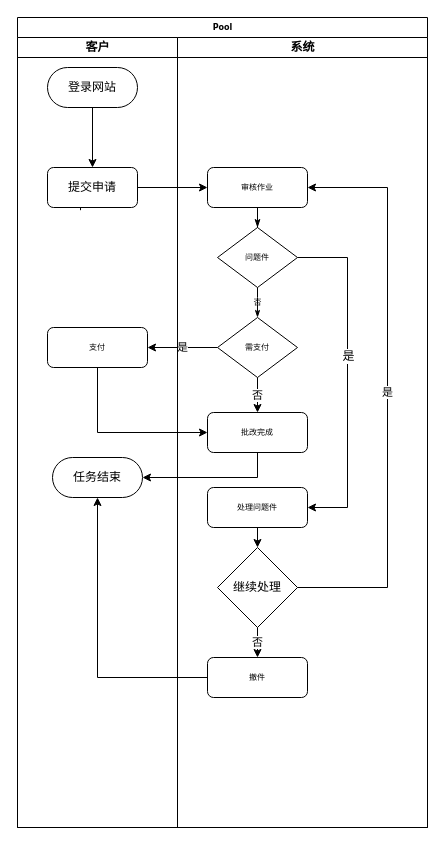
This is Untitled Diagram.drawio from openks/blog, a draw.io file, before an edit. Source tidied: cells renumbered, new cells numbered last; positions are measured from the earlier drawing's top-left corner, leaving out a move shared by most shapes. Both pictures are drawn from the tidied source at 100%, with x=0, y=0 at pixel (17, 17).
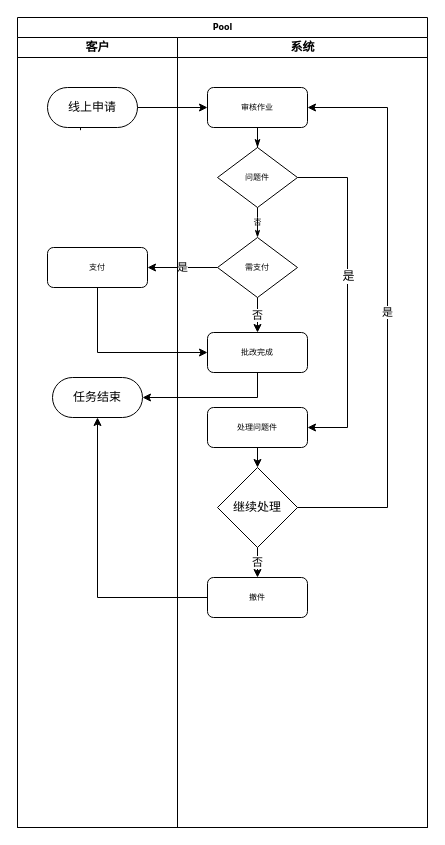
After the change.

Unchanged cells that the change refers to:
```xml
<mxCell id="2" value="Pool" style="swimlane;html=1;startSize=20;rounded=0;shadow=0;labelBackgroundColor=none;strokeWidth=1;fontFamily=Verdana;fontSize=8;align=center;" parent="1" vertex="1">
  <mxGeometry width="410" height="810" as="geometry" />
</mxCell>
<mxCell id="19" value="系统" style="swimlane;html=1;startSize=20;" parent="2" vertex="1">
  <mxGeometry x="160" y="20" width="250" height="790" as="geometry" />
</mxCell>
```

Diff of the diagram source:
```diff
@@
+    <mxCell id="12" value="客户" style="swimlane;html=1;startSize=20;" parent="2" vertex="1">
+      <mxGeometry y="20" width="160" height="790" as="geometry" />
+    </mxCell>
+    <mxCell id="14" style="endArrow=classic;html=1;exitX=0.367;exitY=1.067;exitDx=0;exitDy=0;exitPerimeter=0;" parent="12" edge="1" source="15">
+      <mxGeometry relative="1" as="geometry">
+        <mxPoint x="63" y="60" as="targetPoint" />
+      </mxGeometry>
+    </mxCell>
+    <mxCell id="15" value="线上申请" style="rounded=1;whiteSpace=wrap;html=1;direction=east;perimeter=rectanglePerimeter;arcSize=50;" parent="12" vertex="1">
+      <mxGeometry x="30" y="50" width="90" height="40" as="geometry" />
+    </mxCell>
+    <mxCell id="17" value="支付" style="rounded=1;whiteSpace=wrap;html=1;shadow=0;labelBackgroundColor=none;strokeWidth=1;fontFamily=Verdana;fontSize=8;align=center;" parent="12" vertex="1">
+      <mxGeometry x="30" y="210" width="100" height="40" as="geometry" />
+    </mxCell>
+    <mxCell id="18" value="任务结束&lt;br&gt;" style="rounded=1;whiteSpace=wrap;html=1;arcSize=50;fillOpacity=100;flipV=1;" parent="12" vertex="1">
+      <mxGeometry x="35" y="340" width="90" height="40" as="geometry" />
+    </mxCell>
@@
     <mxCell id="8" style="endArrow=classic;html=1;entryX=0;entryY=0.5;entryDx=0;entryDy=0;exitX=0.5;exitY=1;exitDx=0;exitDy=0;rounded=0;" parent="2" edge="1" source="17" target="28">
       <mxGeometry relative="1" as="geometry">
         <Array as="points">
-          <mxPoint x="80" y="415" />
+          <mxPoint x="80" y="335" />
         </Array>
       </mxGeometry>
     </mxCell>
     <mxCell id="9" style="endArrow=classic;html=1;rounded=0;" parent="2" edge="1" source="28" target="18">
       <mxGeometry relative="1" as="geometry">
         <Array as="points">
-          <mxPoint x="240" y="460" />
+          <mxPoint x="240" y="380" />
         </Array>
       </mxGeometry>
     </mxCell>
     <mxCell id="10" style="endArrow=classic;html=1;rounded=0;" parent="2" edge="1" source="33" target="18">
       <mxGeometry relative="1" as="geometry">
         <Array as="points">
-          <mxPoint x="80" y="660" />
+          <mxPoint x="80" y="580" />
         </Array>
       </mxGeometry>
     </mxCell>
@@
-    <mxCell id="12" value="客户" style="swimlane;html=1;startSize=20;" parent="2" vertex="1">
-      <mxGeometry y="20" width="160" height="790" as="geometry" />
-    </mxCell>
-    <mxCell id="13" value="登录网站" style="rounded=1;whiteSpace=wrap;html=1;arcSize=50;fillOpacity=100;flipV=1;" parent="12" vertex="1">
-      <mxGeometry x="30" y="30" width="90" height="40" as="geometry" />
-    </mxCell>
-    <mxCell id="14" style="endArrow=classic;html=1;exitX=0.367;exitY=1.067;exitDx=0;exitDy=0;exitPerimeter=0;" parent="12" edge="1" source="15">
-      <mxGeometry relative="1" as="geometry">
-        <mxPoint x="63" y="140" as="targetPoint" />
-      </mxGeometry>
-    </mxCell>
-    <mxCell id="15" value="提交申请" style="rounded=1;whiteSpace=wrap;html=1;" parent="12" vertex="1">
-      <mxGeometry x="30" y="130" width="90" height="40" as="geometry" />
-    </mxCell>
-    <mxCell id="16" style="endArrow=classic;html=1;" parent="12" edge="1" source="13" target="15">
-      <mxGeometry relative="1" as="geometry" />
-    </mxCell>
-    <mxCell id="17" value="支付" style="rounded=1;whiteSpace=wrap;html=1;shadow=0;labelBackgroundColor=none;strokeWidth=1;fontFamily=Verdana;fontSize=8;align=center;" parent="12" vertex="1">
-      <mxGeometry x="30" y="290" width="100" height="40" as="geometry" />
-    </mxCell>
-    <mxCell id="18" value="任务结束&lt;br&gt;" style="rounded=1;whiteSpace=wrap;html=1;arcSize=50;fillOpacity=100;flipV=1;" parent="12" vertex="1">
-      <mxGeometry x="35" y="420" width="90" height="40" as="geometry" />
-    </mxCell>
@@
     <mxCell id="20" value="审核作业" style="rounded=1;whiteSpace=wrap;html=1;shadow=0;labelBackgroundColor=none;strokeWidth=1;fontFamily=Verdana;fontSize=8;align=center;" parent="19" vertex="1">
-      <mxGeometry x="30" y="130" width="100" height="40" as="geometry" />
+      <mxGeometry x="30" y="50" width="100" height="40" as="geometry" />
     </mxCell>
     <mxCell id="21" value="问题件" style="rhombus;whiteSpace=wrap;html=1;rounded=0;shadow=0;labelBackgroundColor=none;strokeWidth=1;fontFamily=Verdana;fontSize=8;align=center;" parent="19" vertex="1">
-      <mxGeometry x="40" y="190" width="80" height="60" as="geometry" />
+      <mxGeometry x="40" y="110" width="80" height="60" as="geometry" />
     </mxCell>
@@
     <mxCell id="24" value="处理问题件&lt;br&gt;" style="rounded=1;whiteSpace=wrap;html=1;shadow=0;labelBackgroundColor=none;strokeWidth=1;fontFamily=Verdana;fontSize=8;align=center;" parent="19" vertex="1">
-      <mxGeometry x="30" y="450" width="100" height="40" as="geometry" />
+      <mxGeometry x="30" y="370" width="100" height="40" as="geometry" />
     </mxCell>
     <mxCell id="25" style="endArrow=classic;html=1;rounded=0;" parent="19" edge="1" source="21" target="24">
       <mxGeometry relative="1" as="geometry">
         <Array as="points">
-          <mxPoint x="170" y="220" />
-          <mxPoint x="170" y="470" />
+          <mxPoint x="170" y="140" />
+          <mxPoint x="170" y="390" />
         </Array>
       </mxGeometry>
     </mxCell>
@@
     <mxCell id="27" value="需支付&lt;br&gt;" style="rhombus;whiteSpace=wrap;html=1;rounded=0;shadow=0;labelBackgroundColor=none;strokeWidth=1;fontFamily=Verdana;fontSize=8;align=center;" parent="19" vertex="1">
-      <mxGeometry x="40" y="280" width="80" height="60" as="geometry" />
+      <mxGeometry x="40" y="200" width="80" height="60" as="geometry" />
     </mxCell>
     <mxCell id="28" value="批改完成" style="rounded=1;whiteSpace=wrap;html=1;shadow=0;labelBackgroundColor=none;strokeWidth=1;fontFamily=Verdana;fontSize=8;align=center;" parent="19" vertex="1">
-      <mxGeometry x="30" y="375" width="100" height="40" as="geometry" />
+      <mxGeometry x="30" y="295" width="100" height="40" as="geometry" />
     </mxCell>
@@
     <mxCell id="30" value="继续处理" style="rhombus;whiteSpace=wrap;html=1;rounded=0;" parent="19" vertex="1">
-      <mxGeometry x="40" y="510" width="80" height="80" as="geometry" />
+      <mxGeometry x="40" y="430" width="80" height="80" as="geometry" />
     </mxCell>
@@
     <mxCell id="32" value="是&lt;br&gt;" style="endArrow=classic;html=1;entryX=1;entryY=0.5;entryDx=0;entryDy=0;rounded=0;" parent="19" edge="1" source="30" target="20">
       <mxGeometry relative="1" as="geometry">
         <Array as="points">
-          <mxPoint x="210" y="550" />
-          <mxPoint x="210" y="150" />
+          <mxPoint x="210" y="470" />
+          <mxPoint x="210" y="70" />
         </Array>
       </mxGeometry>
     </mxCell>
     <mxCell id="33" value="撤件" style="rounded=1;whiteSpace=wrap;html=1;shadow=0;labelBackgroundColor=none;strokeWidth=1;fontFamily=Verdana;fontSize=8;align=center;" parent="19" vertex="1">
-      <mxGeometry x="30" y="620" width="100" height="40" as="geometry" />
+      <mxGeometry x="30" y="540" width="100" height="40" as="geometry" />
     </mxCell>
```
